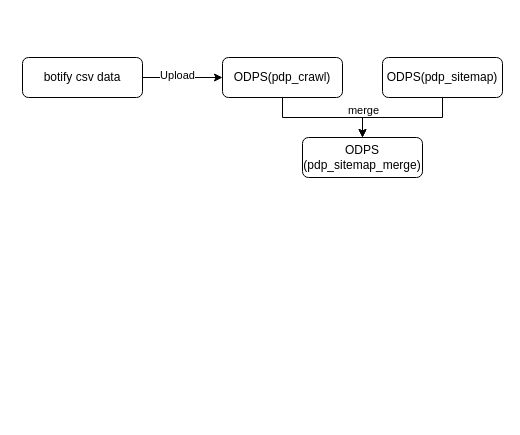
This is drawio/pdp_sitemap.drawio from VisableHarry/seo-drawio, a draw.io file, before an edit. Source tidied: cells renumbered, new cells numbered last; positions are measured from the earlier drawing's top-left corner, leaving out a move shared by most shapes. Both pictures are drawn from the tidied source at 100%, with x=0, y=0 at pixel (22, 57).
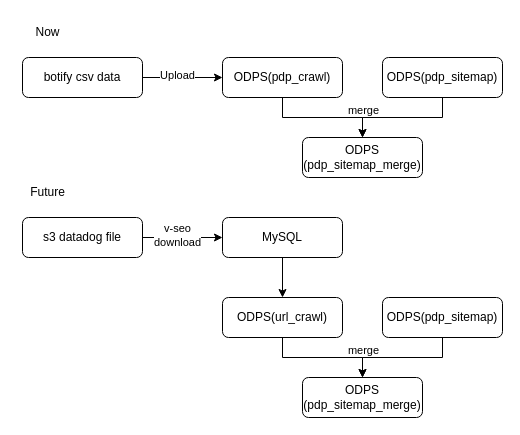
Above is the later version.

Diff of the diagram source:
```diff
@@
+    <mxCell id="11" style="edgeStyle=orthogonalEdgeStyle;rounded=0;jettySize=auto;html=1;exitX=1;exitY=0.5;exitDx=0;exitDy=0;entryX=0;entryY=0.5;entryDx=0;entryDy=0;" parent="1" edge="1" source="13" target="15">
+      <mxGeometry relative="1" as="geometry" />
+    </mxCell>
+    <mxCell id="12" value="v-seo&lt;div&gt;download&lt;/div&gt;" style="edgeLabel;html=1;align=center;verticalAlign=middle;" parent="11" vertex="1">
+      <mxGeometry x="-0.15" y="3" relative="1" as="geometry" />
+    </mxCell>
+    <mxCell id="13" value="s3 datadog file" style="rounded=1;whiteSpace=wrap;html=1;" parent="1" vertex="1">
+      <mxGeometry y="160" width="120" height="40" as="geometry" />
+    </mxCell>
+    <mxCell id="14" style="edgeStyle=orthogonalEdgeStyle;rounded=0;jettySize=auto;html=1;exitX=0.5;exitY=1;exitDx=0;exitDy=0;entryX=0.5;entryY=0;entryDx=0;entryDy=0;" parent="1" edge="1" source="15" target="23">
+      <mxGeometry relative="1" as="geometry" />
+    </mxCell>
+    <mxCell id="15" value="MySQL" style="rounded=1;whiteSpace=wrap;html=1;" parent="1" vertex="1">
+      <mxGeometry x="200" y="160" width="120" height="40" as="geometry" />
+    </mxCell>
+    <mxCell id="16" style="edgeStyle=orthogonalEdgeStyle;rounded=0;jettySize=auto;html=1;exitX=0.5;exitY=1;exitDx=0;exitDy=0;entryX=0.5;entryY=0;entryDx=0;entryDy=0;" parent="1" edge="1" source="17" target="18">
+      <mxGeometry relative="1" as="geometry" />
+    </mxCell>
+    <mxCell id="17" value="ODPS(pdp_sitemap)" style="rounded=1;whiteSpace=wrap;html=1;" parent="1" vertex="1">
+      <mxGeometry x="360" y="240" width="120" height="40" as="geometry" />
+    </mxCell>
+    <mxCell id="18" value="ODPS&lt;div&gt;(pdp_sitemap_merge)&lt;/div&gt;" style="rounded=1;whiteSpace=wrap;html=1;" parent="1" vertex="1">
+      <mxGeometry x="280" y="320" width="120" height="40" as="geometry" />
+    </mxCell>
+    <mxCell id="19" value="Now" style="text;html=1;align=center;verticalAlign=middle;strokeColor=none;fillColor=none;" parent="1" vertex="1">
+      <mxGeometry y="-40" width="50" height="30" as="geometry" />
+    </mxCell>
+    <mxCell id="20" value="Future" style="text;html=1;align=center;verticalAlign=middle;strokeColor=none;fillColor=none;" parent="1" vertex="1">
+      <mxGeometry x="-5" y="120" width="60" height="30" as="geometry" />
+    </mxCell>
+    <mxCell id="21" style="edgeStyle=orthogonalEdgeStyle;rounded=0;jettySize=auto;html=1;exitX=0.5;exitY=1;exitDx=0;exitDy=0;entryX=0.5;entryY=0;entryDx=0;entryDy=0;" parent="1" edge="1" source="23" target="18">
+      <mxGeometry relative="1" as="geometry" />
+    </mxCell>
+    <mxCell id="22" value="merge" style="edgeLabel;html=1;align=center;verticalAlign=middle;" parent="21" vertex="1">
+      <mxGeometry x="0.47" y="4" relative="1" as="geometry">
+        <mxPoint x="12" y="-4" as="offset" />
+      </mxGeometry>
+    </mxCell>
+    <mxCell id="23" value="ODPS(url_crawl)" style="rounded=1;whiteSpace=wrap;html=1;" parent="1" vertex="1">
+      <mxGeometry x="200" y="240" width="120" height="40" as="geometry" />
+    </mxCell>
```
